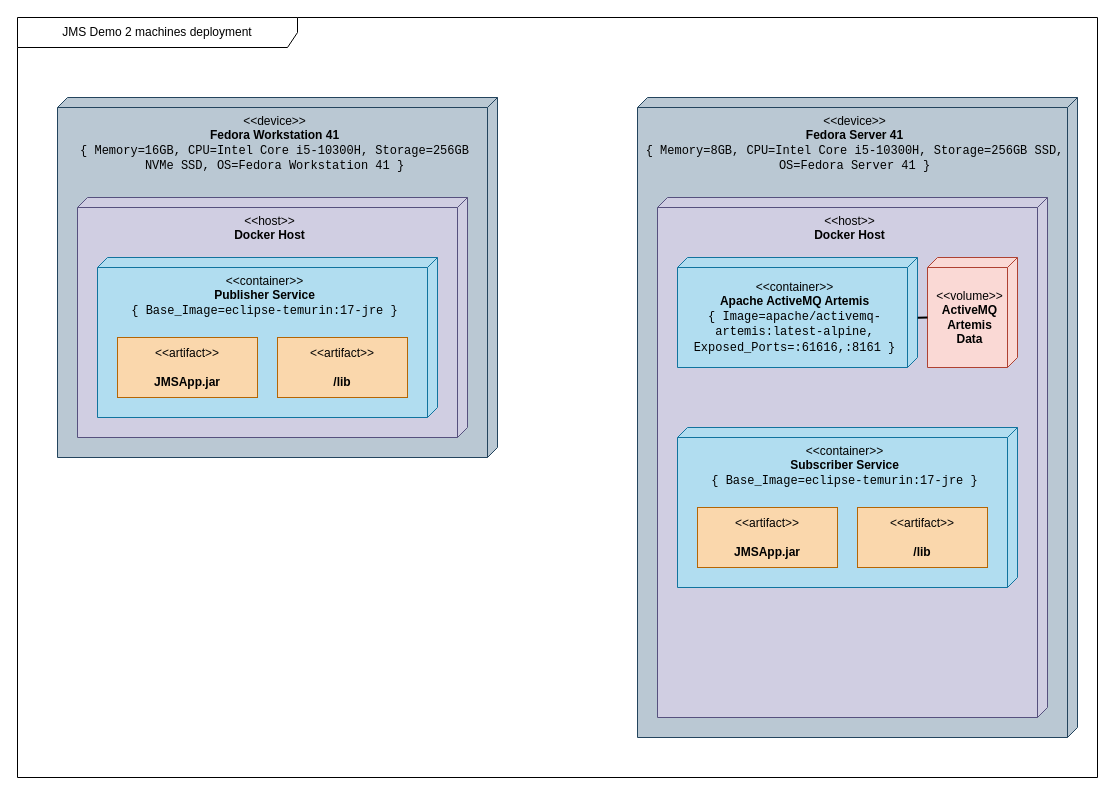
joevtap/distributed-systems-jms-demo keeps this draw.io diagram as page "Deployment" (1 of 2) of assets/deployment-model.drawio. Above is the earlier version. Source tidied: cells renumbered, new cells numbered last; positions are measured from the earlier drawing's top-left corner, leaving out a move shared by most shapes. Both pictures are drawn from the tidied source at 100%, with x=0, y=0 at pixel (17, 17).
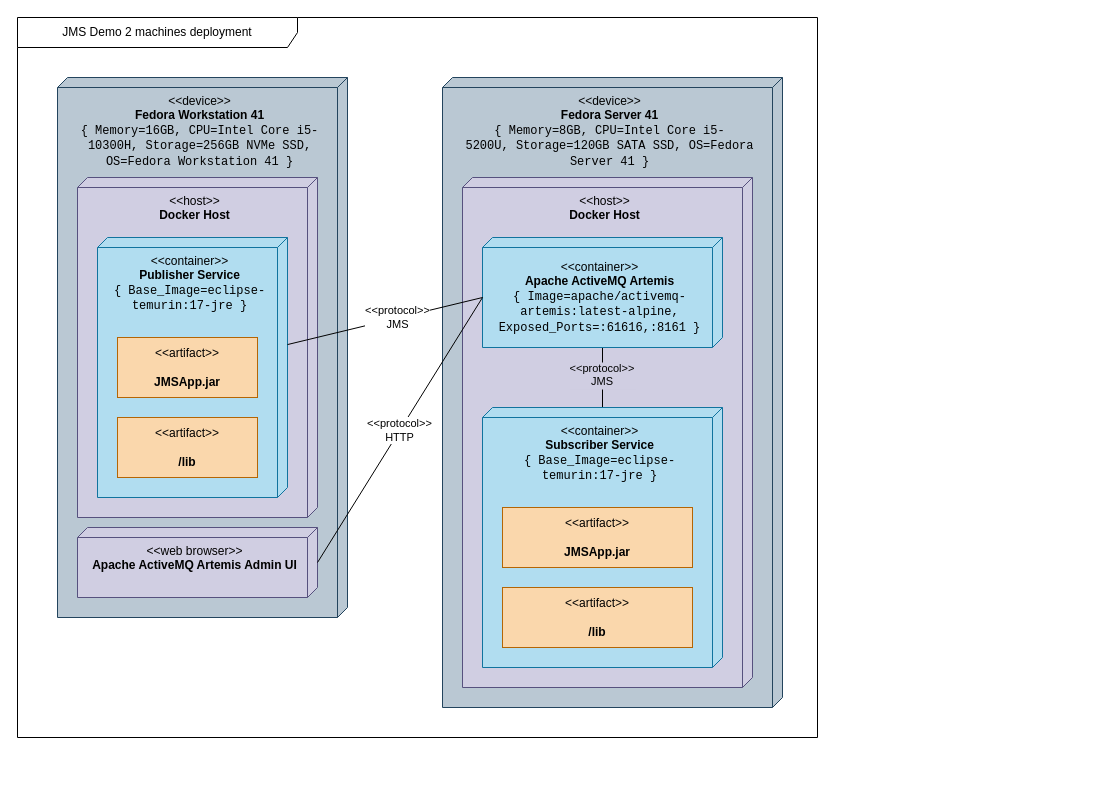
The same diagram, later.

What changed in the source:
```diff
@@
-<mxGraphModel>
+<mxGraphModel background="#ffffff">
@@
-    <mxCell id="2" value="JMS Demo 2 machines deployment" style="shape=umlFrame;whiteSpace=wrap;html=1;width=280;height=30;" parent="1" vertex="1">
-      <mxGeometry width="1080" height="760" as="geometry" />
+    <mxCell id="2" value="JMS Demo 2 machines deployment" style="shape=umlFrame;whiteSpace=wrap;html=1;width=280;height=30;rounded=0;" parent="1" vertex="1">
+      <mxGeometry width="800" height="720" as="geometry" />
     </mxCell>
+    <mxCell id="8" value="&lt;div&gt;&amp;lt;&amp;lt;device&amp;gt;&amp;gt;&lt;/div&gt;&lt;div&gt;&lt;b&gt;Fedora Server 41&lt;/b&gt;&lt;/div&gt;&lt;font face=&quot;monospace&quot;&gt;{ Memory=8GB, CPU=Intel Core i5-5200U,&amp;nbsp;Storage=120GB SATA SSD, OS=Fedora Server 41 }&lt;/font&gt;" style="verticalAlign=top;align=center;shape=cube;size=10;direction=south;fontStyle=0;html=1;boundedLbl=1;spacingLeft=5;whiteSpace=wrap;fillColor=#bac8d3;strokeColor=#23445d;rounded=0;" parent="2" vertex="1">
+      <mxGeometry x="425" y="60" width="340" height="630" as="geometry" />
+    </mxCell>
+    <mxCell id="9" value="&amp;lt;&amp;lt;host&amp;gt;&amp;gt;&lt;div&gt;&lt;b&gt;Docker Host&lt;/b&gt;&lt;/div&gt;" style="verticalAlign=top;align=center;shape=cube;size=10;direction=south;html=1;boundedLbl=1;spacingLeft=5;whiteSpace=wrap;fillColor=#d0cee2;strokeColor=#56517e;rounded=0;" parent="8" vertex="1">
+      <mxGeometry width="290" height="510" relative="1" as="geometry">
+        <mxPoint x="20" y="100" as="offset" />
+      </mxGeometry>
+    </mxCell>
+    <mxCell id="17" value="&lt;&lt;protocol&gt;&gt;&#10;JMS" style="jettySize=auto;endArrow=none;startFill=0;flowAnimation=0;shadow=0;rounded=0;curved=0;labelBackgroundColor=#D0CEE2;horizontal=1;fontFamily=Helvetica;" parent="8" edge="1" source="10" target="13">
+      <mxGeometry x="-0.09" relative="1" as="geometry" />
+    </mxCell>
+    <mxCell id="10" value="&amp;lt;&amp;lt;container&amp;gt;&amp;gt;&lt;div&gt;&lt;b&gt;Apache ActiveMQ Artemis&lt;br&gt;&lt;/b&gt;&lt;font face=&quot;Monospace&quot;&gt;{ Image=apache/activemq-artemis:latest-alpine, Exposed_Ports=:61616,:8161 }&lt;/font&gt;&lt;/div&gt;" style="verticalAlign=middle;align=center;shape=cube;size=10;direction=south;html=1;boundedLbl=1;spacingLeft=5;whiteSpace=wrap;fillColor=#b1ddf0;strokeColor=#10739e;rounded=0;" parent="8" vertex="1">
+      <mxGeometry width="240" height="110" relative="1" as="geometry">
+        <mxPoint x="40" y="160" as="offset" />
+      </mxGeometry>
+    </mxCell>
+    <mxCell id="13" value="&amp;lt;&amp;lt;container&amp;gt;&amp;gt;&lt;div&gt;&lt;b&gt;Subscriber Service&lt;br&gt;&lt;/b&gt;&lt;font face=&quot;Monospace&quot;&gt;{ Base_Image=eclipse-temurin:17-jre }&lt;/font&gt;&lt;/div&gt;" style="verticalAlign=top;align=center;shape=cube;size=10;direction=south;html=1;boundedLbl=1;spacingLeft=5;whiteSpace=wrap;fillColor=#b1ddf0;strokeColor=#10739e;rounded=0;" parent="8" vertex="1">
+      <mxGeometry x="40" y="330" width="240" height="260" as="geometry" />
+    </mxCell>
+    <mxCell id="14" value="&amp;lt;&amp;lt;artifact&amp;gt;&amp;gt;&lt;br&gt;&lt;br&gt;&lt;b&gt;JMSApp.jar&lt;/b&gt;" style="html=1;align=center;verticalAlign=middle;dashed=0;whiteSpace=wrap;fillColor=#fad7ac;strokeColor=#b46504;rounded=0;" parent="8" vertex="1">
+      <mxGeometry x="60" y="430" width="190" height="60" as="geometry" />
+    </mxCell>
+    <mxCell id="15" value="&amp;lt;&amp;lt;artifact&amp;gt;&amp;gt;&lt;br&gt;&lt;br&gt;&lt;b&gt;/lib&lt;/b&gt;" style="html=1;align=center;verticalAlign=middle;dashed=0;whiteSpace=wrap;fillColor=#fad7ac;strokeColor=#b46504;rounded=0;" parent="8" vertex="1">
+      <mxGeometry x="60" y="510" width="190" height="60" as="geometry" />
+    </mxCell>
-    <mxCell id="3" value="&lt;div&gt;&amp;lt;&amp;lt;device&amp;gt;&amp;gt;&lt;/div&gt;&lt;div&gt;&lt;b&gt;Fedora Workstation 41&lt;/b&gt;&lt;/div&gt;&lt;font face=&quot;monospace&quot;&gt;{ Memory=16GB, CPU=Intel Core i5-10300H,&amp;nbsp;Storage=256GB NVMe SSD, OS=Fedora Workstation 41 }&lt;/font&gt;" style="verticalAlign=top;align=center;shape=cube;size=10;direction=south;fontStyle=0;html=1;boundedLbl=1;spacingLeft=5;whiteSpace=wrap;fillColor=#bac8d3;strokeColor=#23445d;" parent="2" vertex="1">
-      <mxGeometry x="40" y="80" width="440" height="360" as="geometry" />
+    <mxCell id="3" value="&lt;div&gt;&amp;lt;&amp;lt;device&amp;gt;&amp;gt;&lt;/div&gt;&lt;div&gt;&lt;b&gt;Fedora Workstation 41&lt;/b&gt;&lt;/div&gt;&lt;font face=&quot;monospace&quot;&gt;{ Memory=16GB, CPU=Intel Core i5-10300H,&amp;nbsp;Storage=256GB NVMe SSD, OS=Fedora Workstation 41 }&lt;/font&gt;" style="verticalAlign=top;align=center;shape=cube;size=10;direction=south;fontStyle=0;html=1;boundedLbl=1;spacingLeft=5;whiteSpace=wrap;fillColor=#bac8d3;strokeColor=#23445d;rounded=0;" parent="1" vertex="1">
+      <mxGeometry x="40" y="60" width="290" height="540" as="geometry" />
     </mxCell>
-    <mxCell id="4" value="&amp;lt;&amp;lt;host&amp;gt;&amp;gt;&lt;div&gt;&lt;b&gt;Docker Host&lt;/b&gt;&lt;/div&gt;" style="verticalAlign=top;align=center;shape=cube;size=10;direction=south;html=1;boundedLbl=1;spacingLeft=5;whiteSpace=wrap;fillColor=#d0cee2;strokeColor=#56517e;" parent="3" vertex="1">
-      <mxGeometry width="390" height="240" relative="1" as="geometry">
+    <mxCell id="4" value="&amp;lt;&amp;lt;host&amp;gt;&amp;gt;&lt;div&gt;&lt;b&gt;Docker Host&lt;/b&gt;&lt;/div&gt;" style="verticalAlign=top;align=center;shape=cube;size=10;direction=south;html=1;boundedLbl=1;spacingLeft=5;whiteSpace=wrap;fillColor=#d0cee2;strokeColor=#56517e;rounded=0;" parent="3" vertex="1">
+      <mxGeometry width="240" height="340" relative="1" as="geometry">
         <mxPoint x="20" y="100" as="offset" />
       </mxGeometry>
     </mxCell>
-    <mxCell id="5" value="&amp;lt;&amp;lt;container&amp;gt;&amp;gt;&lt;div&gt;&lt;b&gt;Publisher Service&lt;br&gt;&lt;/b&gt;&lt;font face=&quot;Monospace&quot;&gt;{ Base_Image=eclipse-temurin:17-jre }&lt;/font&gt;&lt;/div&gt;" style="verticalAlign=top;align=center;shape=cube;size=10;direction=south;html=1;boundedLbl=1;spacingLeft=5;whiteSpace=wrap;fillColor=#b1ddf0;strokeColor=#10739e;" parent="3" vertex="1">
-      <mxGeometry width="340" height="160" relative="1" as="geometry">
+    <mxCell id="5" value="&amp;lt;&amp;lt;container&amp;gt;&amp;gt;&lt;div&gt;&lt;b&gt;Publisher Service&lt;br&gt;&lt;/b&gt;&lt;font face=&quot;Monospace&quot;&gt;{ Base_Image=eclipse-temurin:17-jre }&lt;/font&gt;&lt;/div&gt;" style="verticalAlign=top;align=center;shape=cube;size=10;direction=south;html=1;boundedLbl=1;spacingLeft=5;whiteSpace=wrap;fillColor=#b1ddf0;strokeColor=#10739e;rounded=0;" parent="3" vertex="1">
+      <mxGeometry width="190" height="260" relative="1" as="geometry">
         <mxPoint x="40" y="160" as="offset" />
       </mxGeometry>
     </mxCell>
+    <mxCell id="7" value="&amp;lt;&amp;lt;artifact&amp;gt;&amp;gt;&lt;br&gt;&lt;br&gt;&lt;b&gt;/lib&lt;/b&gt;" style="html=1;align=center;verticalAlign=middle;dashed=0;whiteSpace=wrap;fillColor=#fad7ac;strokeColor=#b46504;rounded=0;" parent="3" vertex="1">
+      <mxGeometry x="60" y="340" width="140" height="60" as="geometry" />
+    </mxCell>
-    <mxCell id="6" value="&amp;lt;&amp;lt;artifact&amp;gt;&amp;gt;&lt;br&gt;&lt;br&gt;&lt;b&gt;JMSApp.jar&lt;/b&gt;" style="html=1;align=center;verticalAlign=middle;dashed=0;whiteSpace=wrap;fillColor=#fad7ac;strokeColor=#b46504;" parent="3" vertex="1">
-      <mxGeometry x="60" y="240" width="140" height="60" as="geometry" />
+    <mxCell id="6" value="&amp;lt;&amp;lt;artifact&amp;gt;&amp;gt;&lt;br&gt;&lt;br&gt;&lt;b&gt;JMSApp.jar&lt;/b&gt;" style="html=1;align=center;verticalAlign=middle;dashed=0;whiteSpace=wrap;fillColor=#fad7ac;strokeColor=#b46504;rounded=0;" parent="3" vertex="1">
+      <mxGeometry x="60" y="260" width="140" height="60" as="geometry" />
     </mxCell>
-    <mxCell id="7" value="&amp;lt;&amp;lt;artifact&amp;gt;&amp;gt;&lt;br&gt;&lt;br&gt;&lt;b&gt;/lib&lt;/b&gt;" style="html=1;align=center;verticalAlign=middle;dashed=0;whiteSpace=wrap;fillColor=#fad7ac;strokeColor=#b46504;" parent="3" vertex="1">
-      <mxGeometry x="220" y="240" width="130" height="60" as="geometry" />
-    </mxCell>
-    <mxCell id="8" value="&lt;div&gt;&amp;lt;&amp;lt;device&amp;gt;&amp;gt;&lt;/div&gt;&lt;div&gt;&lt;b&gt;Fedora Server 41&lt;/b&gt;&lt;/div&gt;&lt;font face=&quot;monospace&quot;&gt;{ Memory=8GB, CPU=Intel Core i5-10300H,&amp;nbsp;Storage=256GB SSD, OS=Fedora Server 41 }&lt;/font&gt;" style="verticalAlign=top;align=center;shape=cube;size=10;direction=south;fontStyle=0;html=1;boundedLbl=1;spacingLeft=5;whiteSpace=wrap;fillColor=#bac8d3;strokeColor=#23445d;" parent="1" vertex="1">
-      <mxGeometry x="620" y="80" width="440" height="640" as="geometry" />
-    </mxCell>
-    <mxCell id="9" value="&amp;lt;&amp;lt;host&amp;gt;&amp;gt;&lt;div&gt;&lt;b&gt;Docker Host&lt;/b&gt;&lt;/div&gt;" style="verticalAlign=top;align=center;shape=cube;size=10;direction=south;html=1;boundedLbl=1;spacingLeft=5;whiteSpace=wrap;fillColor=#d0cee2;strokeColor=#56517e;" parent="8" vertex="1">
-      <mxGeometry width="390" height="520" relative="1" as="geometry">
-        <mxPoint x="20" y="100" as="offset" />
-      </mxGeometry>
-    </mxCell>
-    <mxCell id="10" value="&amp;lt;&amp;lt;container&amp;gt;&amp;gt;&lt;div&gt;&lt;b&gt;Apache ActiveMQ Artemis&lt;br&gt;&lt;/b&gt;&lt;font face=&quot;Monospace&quot;&gt;{ Image=apache/activemq-artemis:latest-alpine, Exposed_Ports=:61616,:8161 }&lt;/font&gt;&lt;/div&gt;" style="verticalAlign=middle;align=center;shape=cube;size=10;direction=south;html=1;boundedLbl=1;spacingLeft=5;whiteSpace=wrap;fillColor=#b1ddf0;strokeColor=#10739e;" parent="8" vertex="1">
-      <mxGeometry width="240" height="110" relative="1" as="geometry">
-        <mxPoint x="40" y="160" as="offset" />
-      </mxGeometry>
-    </mxCell>
-    <mxCell id="11" value="&amp;lt;&amp;lt;volume&amp;gt;&amp;gt;&lt;div&gt;&lt;b&gt;ActiveMQ Artemis Data&lt;/b&gt;&lt;br&gt;&lt;/div&gt;" style="verticalAlign=middle;align=center;shape=cube;size=10;direction=south;html=1;boundedLbl=1;spacingLeft=5;whiteSpace=wrap;fillColor=#fad9d5;strokeColor=#ae4132;" parent="8" vertex="1">
-      <mxGeometry x="290" y="160" width="90" height="110" as="geometry" />
-    </mxCell>
-    <mxCell id="12" style="group;" parent="8" vertex="1">
-      <mxGeometry x="40" y="330" width="340" height="160" as="geometry" />
-    </mxCell>
-    <mxCell id="13" value="&amp;lt;&amp;lt;container&amp;gt;&amp;gt;&lt;div&gt;&lt;b&gt;Subscriber Service&lt;br&gt;&lt;/b&gt;&lt;font face=&quot;Monospace&quot;&gt;{ Base_Image=eclipse-temurin:17-jre }&lt;/font&gt;&lt;/div&gt;" style="verticalAlign=top;align=center;shape=cube;size=10;direction=south;html=1;boundedLbl=1;spacingLeft=5;whiteSpace=wrap;fillColor=#b1ddf0;strokeColor=#10739e;" parent="12" vertex="1">
-      <mxGeometry width="340" height="160" relative="1" as="geometry" />
-    </mxCell>
-    <mxCell id="14" value="&amp;lt;&amp;lt;artifact&amp;gt;&amp;gt;&lt;br&gt;&lt;br&gt;&lt;b&gt;JMSApp.jar&lt;/b&gt;" style="html=1;align=center;verticalAlign=middle;dashed=0;whiteSpace=wrap;fillColor=#fad7ac;strokeColor=#b46504;" parent="12" vertex="1">
-      <mxGeometry x="20" y="80" width="140" height="60" as="geometry" />
-    </mxCell>
-    <mxCell id="15" value="&amp;lt;&amp;lt;artifact&amp;gt;&amp;gt;&lt;br&gt;&lt;br&gt;&lt;b&gt;/lib&lt;/b&gt;" style="html=1;align=center;verticalAlign=middle;dashed=0;whiteSpace=wrap;fillColor=#fad7ac;strokeColor=#b46504;" parent="12" vertex="1">
-      <mxGeometry x="180" y="80" width="130" height="60" as="geometry" />
-    </mxCell>
-    <mxCell id="16" style="endArrow=none;startArrow=none;endFill=0;startFill=0;endSize=8;html=1;verticalAlign=bottom;labelBackgroundColor=none;strokeWidth=2;rounded=0;entryX=0;entryY=0;entryDx=60;entryDy=90;entryPerimeter=0;exitX=0.547;exitY=-0.001;exitDx=0;exitDy=0;exitPerimeter=0;" parent="8" edge="1" source="10" target="11">
-      <mxGeometry relative="1" as="geometry" />
-    </mxCell>
+    <mxCell id="18" value="&amp;lt;&amp;lt;web browser&amp;gt;&amp;gt;&lt;div&gt;&lt;b&gt;Apache ActiveMQ Artemis Admin UI&lt;/b&gt;&lt;/div&gt;" style="verticalAlign=top;align=center;shape=cube;size=10;direction=south;html=1;boundedLbl=1;spacingLeft=5;whiteSpace=wrap;fillColor=#d0cee2;strokeColor=#56517e;rounded=0;" parent="3" vertex="1">
+      <mxGeometry x="20" y="450" width="240" height="70" as="geometry" />
+    </mxCell>
+    <mxCell id="19" value="&amp;lt;&amp;lt;protocol&amp;gt;&amp;gt;&lt;div&gt;JMS&lt;/div&gt;" style="rounded=0;jettySize=auto;html=1;endArrow=none;startFill=0;flowAnimation=0;shadow=0;jumpStyle=none;startSize=0;endSize=0;entryX=0;entryY=0;entryDx=60;entryDy=240;entryPerimeter=0;" parent="1" edge="1" source="5" target="10">
+      <mxGeometry x="0.13" y="1" relative="1" as="geometry" />
+    </mxCell>
+    <mxCell id="20" value="&amp;lt;&amp;lt;protocol&amp;gt;&amp;gt;&lt;div&gt;HTTP&lt;/div&gt;" style="rounded=0;jettySize=auto;html=1;endArrow=none;startFill=0;flowAnimation=0;shadow=0;jumpStyle=none;startSize=0;endSize=0;entryX=0;entryY=0;entryDx=60;entryDy=240;entryPerimeter=0;exitX=0;exitY=0;exitDx=35;exitDy=0;exitPerimeter=0;" parent="1" edge="1" source="18" target="10">
+      <mxGeometry relative="1" as="geometry" />
+    </mxCell>
```
